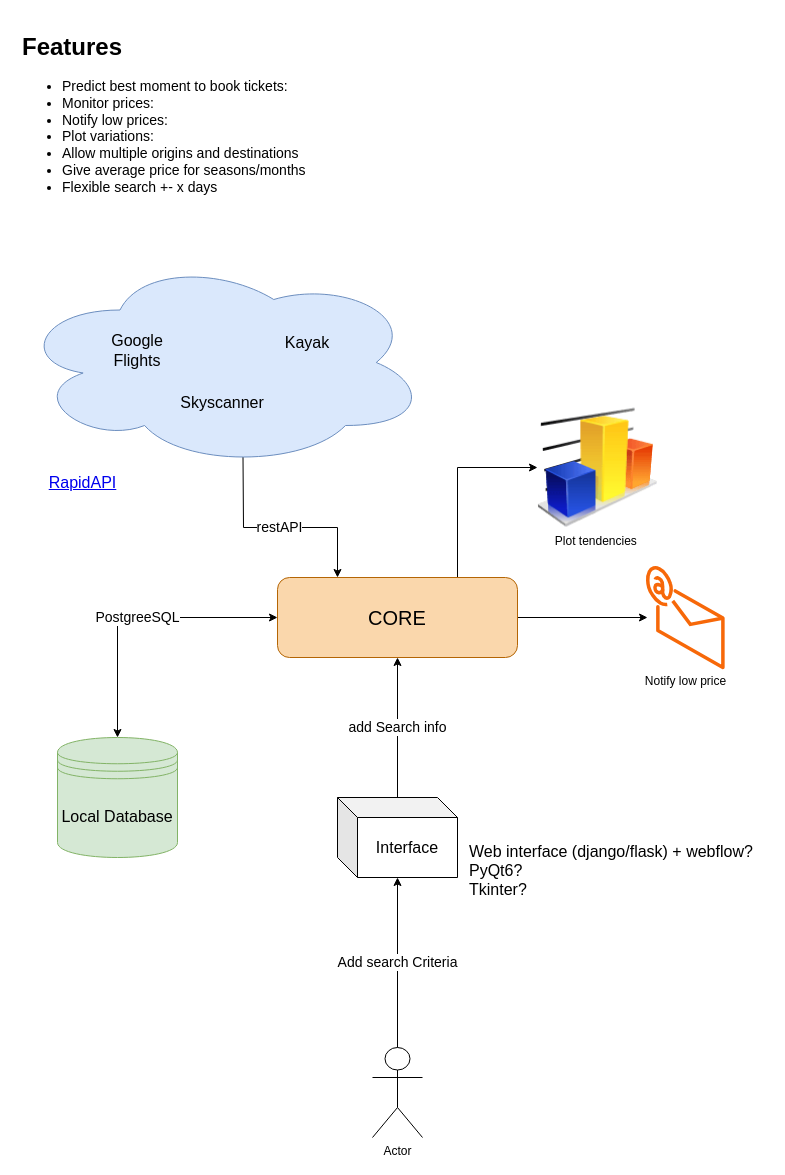
Above: Architecture/Core.drawio in mSimon12/flying_cheap (draw.io), before the change. Source tidied: cells renumbered, new cells numbered last; positions are measured from the earlier drawing's top-left corner, leaving out a move shared by most shapes. Both pictures are drawn from the tidied source at 100%, with x=0, y=0 at pixel (17, 27).
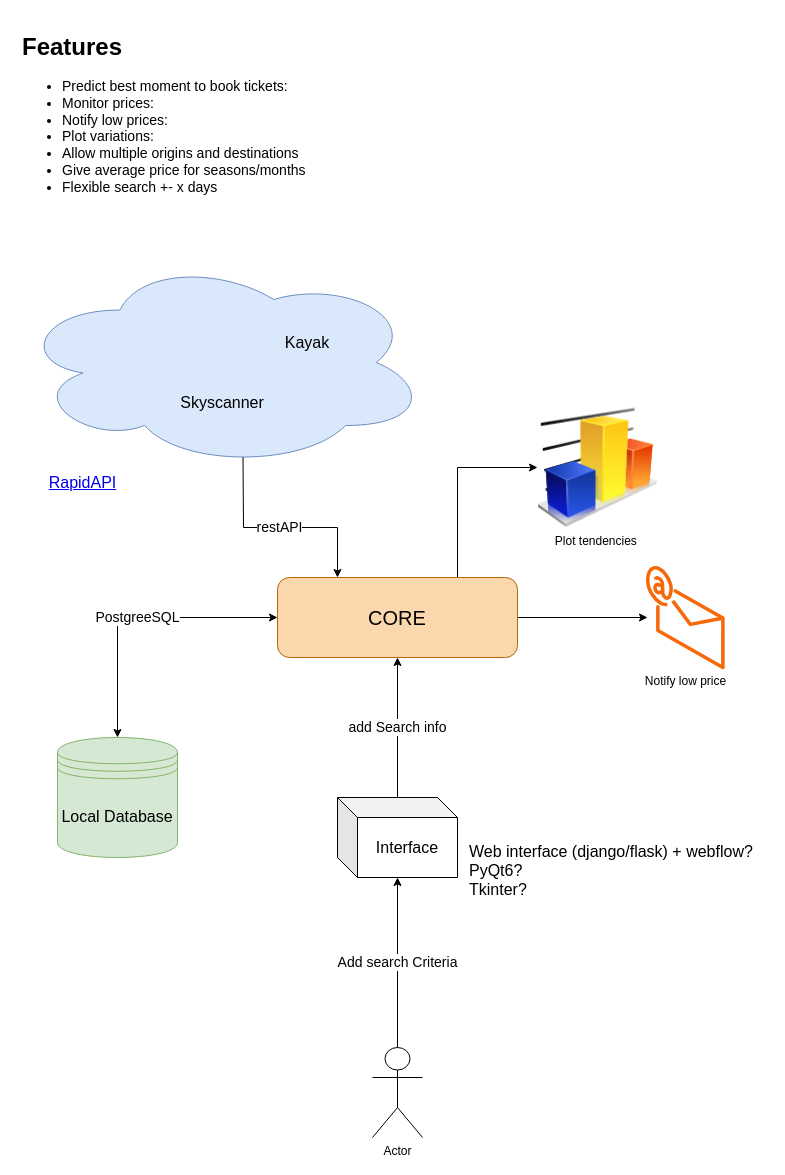
The same page after the edit.

Commit message:
Google API no longer available

The change refers to these unchanged cells:
```xml
<mxCell id="14" style="group;" parent="1" vertex="1">
  <mxGeometry y="230" width="410" height="210" as="geometry" />
</mxCell>
```

The edit, as a diff of the source:
```diff
@@
-    <mxCell id="16" value="Google Flights" style="text;html=1;align=center;verticalAlign=middle;whiteSpace=wrap;rounded=0;fontSize=16;" parent="14" vertex="1">
-      <mxGeometry x="90" y="65" width="60" height="55" as="geometry" />
-    </mxCell>
```
